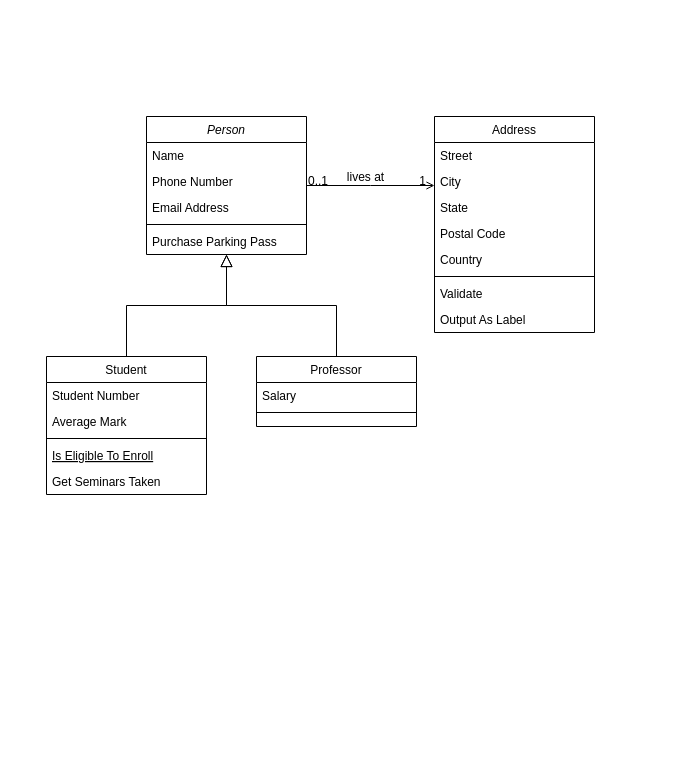
adrian-diez/Funification keeps this draw.io diagram as Untitled Diagram.drawio. Above is the earlier version. Source tidied: cells renumbered, new cells numbered last; positions are measured from the earlier drawing's top-left corner, leaving out a move shared by most shapes. Both pictures are drawn from the tidied source at 100%, with x=0, y=0 at pixel (46, 116).
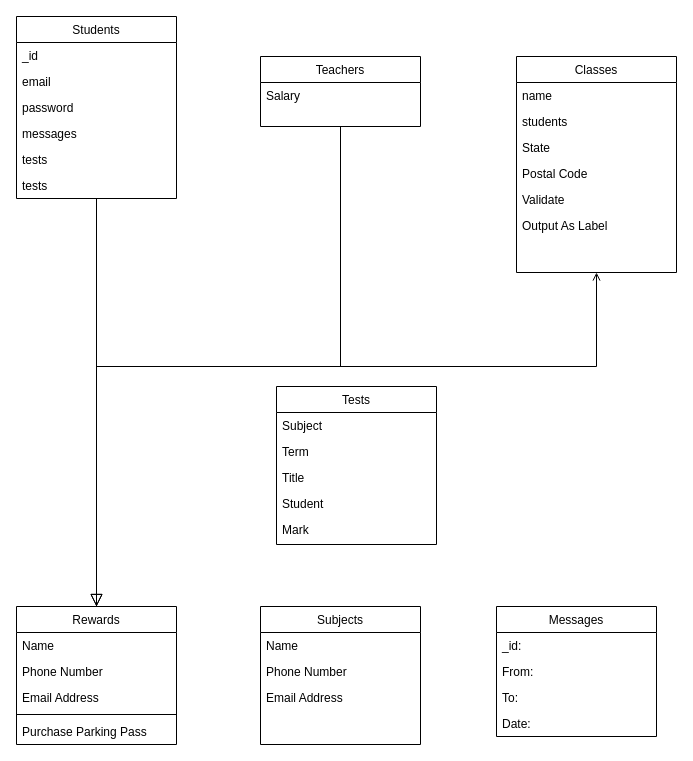
After the change.

Change to the diagram source:
```diff
@@
-    <mxCell id="2" value="Person" style="swimlane;fontStyle=2;align=center;verticalAlign=top;horizontal=1;startSize=26;rounded=0;shadow=0;strokeWidth=1;" parent="1" vertex="1">
-      <mxGeometry x="100" width="160" height="138" as="geometry" />
+    <mxCell id="2" value="Rewards" style="swimlane;fontStyle=0;align=center;verticalAlign=top;horizontal=1;startSize=26;rounded=0;shadow=0;strokeWidth=1;" parent="1" vertex="1">
+      <mxGeometry x="-30" y="490" width="160" height="138" as="geometry" />
     </mxCell>
@@
-    <mxCell id="8" value="Student" style="swimlane;fontStyle=0;align=center;verticalAlign=top;horizontal=1;startSize=26;rounded=0;shadow=0;strokeWidth=1;" parent="1" vertex="1">
-      <mxGeometry y="240" width="160" height="138" as="geometry" />
+    <mxCell id="8" value="Students" style="swimlane;fontStyle=0;align=center;verticalAlign=top;horizontal=1;startSize=26;rounded=0;shadow=0;strokeWidth=1;" parent="1" vertex="1">
+      <mxGeometry x="-30" y="-100" width="160" height="182" as="geometry" />
     </mxCell>
-    <mxCell id="9" value="Student Number" style="text;align=left;verticalAlign=top;spacingLeft=4;spacingRight=4;overflow=hidden;" parent="8" vertex="1">
+    <mxCell id="9" value="_id" style="text;align=left;verticalAlign=top;spacingLeft=4;spacingRight=4;overflow=hidden;" parent="8" vertex="1">
       <mxGeometry y="26" width="160" height="26" as="geometry" />
     </mxCell>
+    <mxCell id="32" value="email" style="text;align=left;verticalAlign=top;spacingLeft=4;spacingRight=4;overflow=hidden;rounded=0;shadow=0;html=0;" parent="8" vertex="1">
+      <mxGeometry y="52" width="160" height="26" as="geometry" />
+    </mxCell>
+    <mxCell id="33" value="password" style="text;align=left;verticalAlign=top;spacingLeft=4;spacingRight=4;overflow=hidden;rounded=0;shadow=0;html=0;" parent="8" vertex="1">
+      <mxGeometry y="78" width="160" height="26" as="geometry" />
+    </mxCell>
+    <mxCell id="34" value="messages" style="text;align=left;verticalAlign=top;spacingLeft=4;spacingRight=4;overflow=hidden;rounded=0;shadow=0;html=0;" parent="8" vertex="1">
+      <mxGeometry y="104" width="160" height="26" as="geometry" />
+    </mxCell>
+    <mxCell id="35" value="tests" style="text;align=left;verticalAlign=top;spacingLeft=4;spacingRight=4;overflow=hidden;rounded=0;shadow=0;html=0;" parent="8" vertex="1">
+      <mxGeometry y="130" width="160" height="26" as="geometry" />
+    </mxCell>
-    <mxCell id="10" value="Average Mark" style="text;align=left;verticalAlign=top;spacingLeft=4;spacingRight=4;overflow=hidden;rounded=0;shadow=0;html=0;" parent="8" vertex="1">
-      <mxGeometry y="52" width="160" height="26" as="geometry" />
+    <mxCell id="10" value="tests" style="text;align=left;verticalAlign=top;spacingLeft=4;spacingRight=4;overflow=hidden;rounded=0;shadow=0;html=0;" parent="8" vertex="1">
+      <mxGeometry y="156" width="160" height="26" as="geometry" />
     </mxCell>
-    <mxCell id="11" style="line;html=1;strokeWidth=1;align=left;verticalAlign=middle;spacingTop=-1;spacingLeft=3;spacingRight=3;labelPosition=right;" parent="8" vertex="1">
-      <mxGeometry y="78" width="160" height="8" as="geometry" />
-    </mxCell>
-    <mxCell id="12" value="Is Eligible To Enroll" style="text;align=left;verticalAlign=top;spacingLeft=4;spacingRight=4;overflow=hidden;fontStyle=4;" parent="8" vertex="1">
-      <mxGeometry y="86" width="160" height="26" as="geometry" />
-    </mxCell>
-    <mxCell id="13" value="Get Seminars Taken" style="text;align=left;verticalAlign=top;spacingLeft=4;spacingRight=4;overflow=hidden;" parent="8" vertex="1">
-      <mxGeometry y="112" width="160" height="26" as="geometry" />
-    </mxCell>
@@
-    <mxCell id="15" value="Professor" style="swimlane;fontStyle=0;align=center;verticalAlign=top;horizontal=1;startSize=26;rounded=0;shadow=0;strokeWidth=1;" parent="1" vertex="1">
-      <mxGeometry x="210" y="240" width="160" height="70" as="geometry" />
+    <mxCell id="15" value="Teachers" style="swimlane;fontStyle=0;align=center;verticalAlign=top;horizontal=1;startSize=26;rounded=0;shadow=0;strokeWidth=1;" parent="1" vertex="1">
+      <mxGeometry x="214" y="-60" width="160" height="70" as="geometry" />
     </mxCell>
@@
-    <mxCell id="17" style="line;html=1;strokeWidth=1;align=left;verticalAlign=middle;spacingTop=-1;spacingLeft=3;spacingRight=3;labelPosition=right;" parent="15" vertex="1">
-      <mxGeometry y="52" width="160" height="8" as="geometry" />
-    </mxCell>
@@
-    <mxCell id="19" value="Address" style="swimlane;fontStyle=0;align=center;verticalAlign=top;horizontal=1;startSize=26;rounded=0;shadow=0;strokeWidth=1;" parent="1" vertex="1">
-      <mxGeometry x="388" width="160" height="216" as="geometry" />
+    <mxCell id="19" value="Classes" style="swimlane;fontStyle=0;align=center;verticalAlign=top;horizontal=1;startSize=26;rounded=0;shadow=0;strokeWidth=1;" parent="1" vertex="1">
+      <mxGeometry x="470" y="-60" width="160" height="216" as="geometry" />
     </mxCell>
-    <mxCell id="20" value="Street" style="text;align=left;verticalAlign=top;spacingLeft=4;spacingRight=4;overflow=hidden;" parent="19" vertex="1">
+    <mxCell id="20" value="name" style="text;align=left;verticalAlign=top;spacingLeft=4;spacingRight=4;overflow=hidden;" parent="19" vertex="1">
       <mxGeometry y="26" width="160" height="26" as="geometry" />
     </mxCell>
-    <mxCell id="21" value="City" style="text;align=left;verticalAlign=top;spacingLeft=4;spacingRight=4;overflow=hidden;rounded=0;shadow=0;html=0;" parent="19" vertex="1">
+    <mxCell id="21" value="students" style="text;align=left;verticalAlign=top;spacingLeft=4;spacingRight=4;overflow=hidden;rounded=0;shadow=0;html=0;" parent="19" vertex="1">
       <mxGeometry y="52" width="160" height="26" as="geometry" />
     </mxCell>
@@
-    <mxCell id="24" value="Country" style="text;align=left;verticalAlign=top;spacingLeft=4;spacingRight=4;overflow=hidden;rounded=0;shadow=0;html=0;" parent="19" vertex="1">
-      <mxGeometry y="130" width="160" height="26" as="geometry" />
-    </mxCell>
-    <mxCell id="25" style="line;html=1;strokeWidth=1;align=left;verticalAlign=middle;spacingTop=-1;spacingLeft=3;spacingRight=3;labelPosition=right;" parent="19" vertex="1">
-      <mxGeometry y="156" width="160" height="8" as="geometry" />
-    </mxCell>
     <mxCell id="26" value="Validate" style="text;align=left;verticalAlign=top;spacingLeft=4;spacingRight=4;overflow=hidden;" parent="19" vertex="1">
-      <mxGeometry y="164" width="160" height="26" as="geometry" />
+      <mxGeometry y="130" width="160" height="26" as="geometry" />
     </mxCell>
     <mxCell id="27" value="Output As Label" style="text;align=left;verticalAlign=top;spacingLeft=4;spacingRight=4;overflow=hidden;" parent="19" vertex="1">
-      <mxGeometry y="190" width="160" height="26" as="geometry" />
+      <mxGeometry y="156" width="160" height="26" as="geometry" />
     </mxCell>
     <mxCell id="28" style="endArrow=open;shadow=0;strokeWidth=1;rounded=0;endFill=1;edgeStyle=elbowEdgeStyle;elbow=vertical;" parent="1" edge="1" source="2" target="19">
       <mxGeometry x="0.5" y="41" relative="1" as="geometry">
+        <Array as="points">
+          <mxPoint x="390" y="250" />
+        </Array>
         <mxPoint x="-40" y="32" as="offset" />
       </mxGeometry>
     </mxCell>
-    <mxCell id="29" value="0..1" style="align=left;verticalAlign=bottom;labelBackgroundColor=none;fontSize=12;" parent="28" vertex="1">
-      <mxGeometry x="-1" relative="1" as="geometry">
-        <mxPoint y="4" as="offset" />
-      </mxGeometry>
-    </mxCell>
-    <mxCell id="30" value="1" style="align=right;verticalAlign=bottom;labelBackgroundColor=none;fontSize=12;" parent="28" vertex="1">
-      <mxGeometry x="1" relative="1" as="geometry">
-        <mxPoint x="-7" y="4" as="offset" />
-      </mxGeometry>
-    </mxCell>
-    <mxCell id="31" value="lives at" style="text;html=1;align=center;verticalAlign=middle;labelBackgroundColor=none;rounded=0;shadow=0;strokeWidth=1;fontSize=12;" parent="28" vertex="1">
-      <mxGeometry x="0.5" y="49" relative="1" as="geometry">
-        <mxPoint x="-38" y="40" as="offset" />
-      </mxGeometry>
-    </mxCell>
+    <mxCell id="36" value="Subjects" style="swimlane;fontStyle=0;align=center;verticalAlign=top;horizontal=1;startSize=26;rounded=0;shadow=0;strokeWidth=1;" parent="1" vertex="1">
+      <mxGeometry x="214" y="490" width="160" height="138" as="geometry" />
+    </mxCell>
+    <mxCell id="37" value="Name" style="text;align=left;verticalAlign=top;spacingLeft=4;spacingRight=4;overflow=hidden;" parent="36" vertex="1">
+      <mxGeometry y="26" width="160" height="26" as="geometry" />
+    </mxCell>
+    <mxCell id="38" value="Phone Number" style="text;align=left;verticalAlign=top;spacingLeft=4;spacingRight=4;overflow=hidden;rounded=0;shadow=0;html=0;" parent="36" vertex="1">
+      <mxGeometry y="52" width="160" height="26" as="geometry" />
+    </mxCell>
+    <mxCell id="39" value="Email Address" style="text;align=left;verticalAlign=top;spacingLeft=4;spacingRight=4;overflow=hidden;rounded=0;shadow=0;html=0;" parent="36" vertex="1">
+      <mxGeometry y="78" width="160" height="26" as="geometry" />
+    </mxCell>
+    <mxCell id="40" value="Messages" style="swimlane;fontStyle=0;align=center;verticalAlign=top;horizontal=1;startSize=26;rounded=0;shadow=0;strokeWidth=1;" parent="1" vertex="1">
+      <mxGeometry x="450" y="490" width="160" height="130" as="geometry" />
+    </mxCell>
+    <mxCell id="41" value="_id:" style="text;align=left;verticalAlign=top;spacingLeft=4;spacingRight=4;overflow=hidden;rounded=0;shadow=0;html=0;" parent="40" vertex="1">
+      <mxGeometry y="26" width="160" height="26" as="geometry" />
+    </mxCell>
+    <mxCell id="42" value="From:" style="text;align=left;verticalAlign=top;spacingLeft=4;spacingRight=4;overflow=hidden;" parent="40" vertex="1">
+      <mxGeometry y="52" width="160" height="26" as="geometry" />
+    </mxCell>
+    <mxCell id="43" value="To:" style="text;align=left;verticalAlign=top;spacingLeft=4;spacingRight=4;overflow=hidden;rounded=0;shadow=0;html=0;" parent="40" vertex="1">
+      <mxGeometry y="78" width="160" height="26" as="geometry" />
+    </mxCell>
+    <mxCell id="44" value="Date:" style="text;align=left;verticalAlign=top;spacingLeft=4;spacingRight=4;overflow=hidden;rounded=0;shadow=0;html=0;" parent="40" vertex="1">
+      <mxGeometry y="104" width="160" height="26" as="geometry" />
+    </mxCell>
+    <mxCell id="45" value="Tests" style="swimlane;fontStyle=0;align=center;verticalAlign=top;horizontal=1;startSize=26;rounded=0;shadow=0;strokeWidth=1;" parent="1" vertex="1">
+      <mxGeometry x="230" y="270" width="160" height="158" as="geometry" />
+    </mxCell>
+    <mxCell id="46" value="Subject" style="text;align=left;verticalAlign=top;spacingLeft=4;spacingRight=4;overflow=hidden;rounded=0;shadow=0;html=0;" parent="45" vertex="1">
+      <mxGeometry y="26" width="160" height="26" as="geometry" />
+    </mxCell>
+    <mxCell id="47" value="Term" style="text;align=left;verticalAlign=top;spacingLeft=4;spacingRight=4;overflow=hidden;rounded=0;shadow=0;html=0;" parent="45" vertex="1">
+      <mxGeometry y="52" width="160" height="26" as="geometry" />
+    </mxCell>
+    <mxCell id="48" value="Title" style="text;align=left;verticalAlign=top;spacingLeft=4;spacingRight=4;overflow=hidden;" parent="45" vertex="1">
+      <mxGeometry y="78" width="160" height="26" as="geometry" />
+    </mxCell>
+    <mxCell id="49" value="Student" style="text;align=left;verticalAlign=top;spacingLeft=4;spacingRight=4;overflow=hidden;rounded=0;shadow=0;html=0;" parent="45" vertex="1">
+      <mxGeometry y="104" width="160" height="26" as="geometry" />
+    </mxCell>
+    <mxCell id="50" value="Mark" style="text;align=left;verticalAlign=top;spacingLeft=4;spacingRight=4;overflow=hidden;rounded=0;shadow=0;html=0;" parent="45" vertex="1">
+      <mxGeometry y="130" width="160" height="26" as="geometry" />
+    </mxCell>
```
